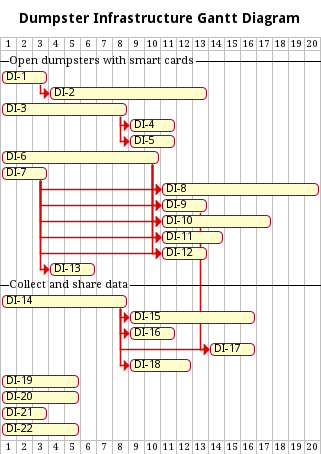
Above: img/gantt-dumpster-infrastructure.pm.png in SmartWasteCollection/project-management (PlantUML), before the change.
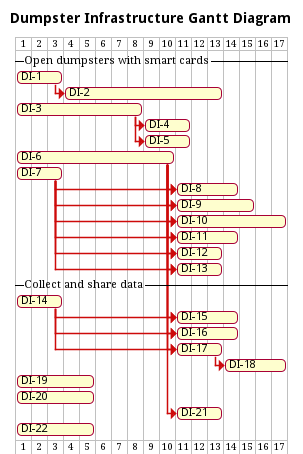
After the change.

What changed in the source:
```diff
@@ -19,8 +19,8 @@
 task(6, 10)
 
 task(7, 3)
-task(8, 10)
-task(9, 3)
+task(8, 4)
+task(9, 5)
 
 endtostart(6, 8)
 endtostart(6, 9)
@@ -35,6 +35,7 @@
 endtostart(6, 10)
 endtostart(6, 11)
 endtostart(6, 12)
+endtostart(6, 13)
 endtostart(7, 10)
 endtostart(7, 11)
 endtostart(7, 12)
@@ -43,10 +44,12 @@
 
 --Collect and share data--
 
-task(14, 8)
-task(15, 8)
-task(16, 3)
+task(14, 3)
+task(15, 4)
+task(16, 4)
 
+endtostart(6, 15)
+endtostart(6, 16)
 endtostart(14, 15)
 endtostart(14, 16)
 
@@ -54,8 +57,8 @@
 task(18, 4)
 
 endtostart(14, 17)
-endtostart(9, 17)
-endtostart(14, 18)
+endtostart(6, 17)
+endtostart(17, 18)
 
 task(19, 5)
 task(20, 5)
@@ -63,4 +66,6 @@
 task(21, 3)
 task(22, 5)
 
+endtostart(6, 21)
+
 @endgantt
```
